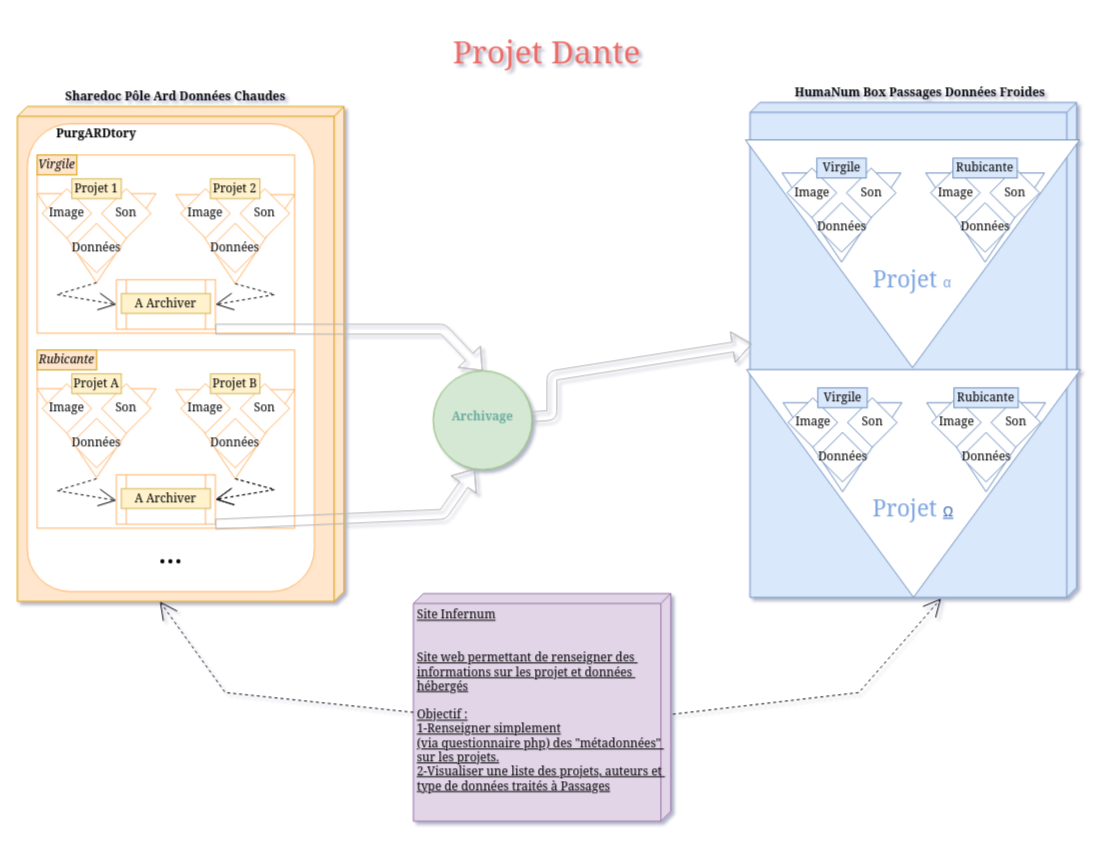
Before: Projet_Dante.drawio in LeCampionG/Projet_Dante, a draw.io diagram. Source tidied: cells renumbered, new cells numbered last; positions are measured from the earlier drawing's top-left corner, leaving out a move shared by most shapes. Both pictures are drawn from the tidied source at 99%, with x=0, y=0 at pixel (17, 17).
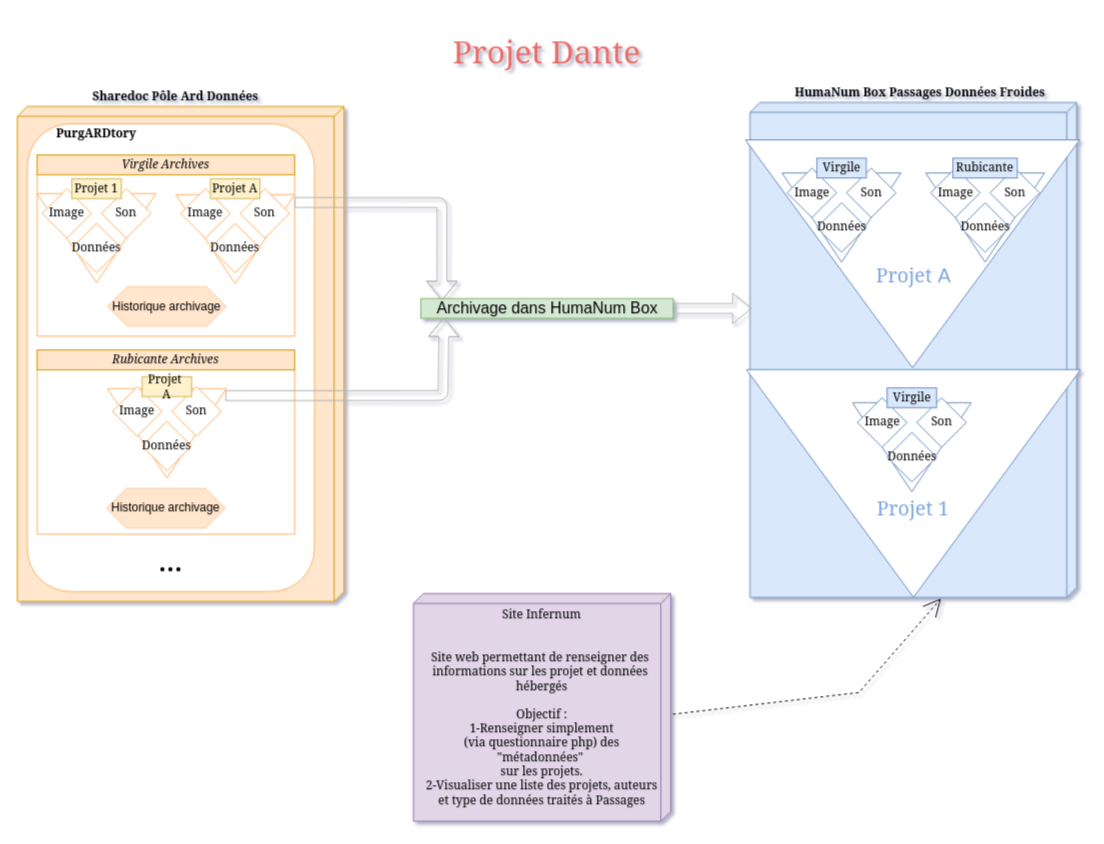
Above is the later version.

Unchanged cells that the change refers to:
```xml
<mxCell id="3" style="verticalAlign=top;align=left;spacingTop=8;spacingLeft=2;spacingRight=12;shape=cube;size=10;direction=south;fontStyle=4;html=1;rounded=0;shadow=0;comic=0;labelBackgroundColor=none;strokeWidth=1;fontFamily=Verdana;fontSize=12;fillColor=#ffe6cc;strokeColor=#d79b00;" parent="1" vertex="1">
  <mxGeometry y="90" width="330" height="500" as="geometry" />
</mxCell>
<mxCell id="4" style="verticalAlign=top;align=left;spacingTop=8;spacingLeft=2;spacingRight=12;shape=cube;size=10;direction=south;fontStyle=4;html=1;rounded=0;shadow=0;comic=0;labelBackgroundColor=none;strokeWidth=1;fontFamily=Verdana;fontSize=12;fillColor=#dae8fc;strokeColor=#6c8ebf;" parent="1" vertex="1">
  <mxGeometry x="740" y="86" width="330" height="500" as="geometry" />
</mxCell>
<mxCell id="16" style="triangle;whiteSpace=wrap;html=1;fontFamily=Georgia;strokeColor=#FFB366;fillColor=#ffffff;gradientColor=#ffffff;rotation=-90;direction=west;" parent="15" vertex="1">
  <mxGeometry x="15" y="-10" width="90" height="120" as="geometry" />
</mxCell>
<mxCell id="22" style="triangle;whiteSpace=wrap;html=1;fontFamily=Georgia;strokeColor=#FFB366;fillColor=#ffffff;gradientColor=#ffffff;rotation=-90;direction=west;" parent="21" vertex="1">
  <mxGeometry x="15" y="-9" width="90" height="120" as="geometry" />
</mxCell>
<mxCell id="33" style="triangle;whiteSpace=wrap;html=1;fontFamily=Georgia;strokeColor=#FFB366;fillColor=#ffffff;gradientColor=#ffffff;rotation=-90;direction=west;" parent="32" vertex="1">
  <mxGeometry x="15" y="-10" width="90" height="120" as="geometry" />
</mxCell>
```

What changed in the source:
```diff
@@
-    <mxCell id="2" style="ellipse;whiteSpace=wrap;html=1;fontFamily=Georgia;fontSize=23;strokeColor=#82b366;fillColor=#d5e8d4;" parent="1" vertex="1">
-      <mxGeometry x="420" y="357" width="100" height="100" as="geometry" />
-    </mxCell>
@@
-    <mxCell id="5" value="Site Infernum&lt;br&gt;&lt;br&gt;&lt;br&gt;Site web permettant de renseigner des&amp;nbsp;&lt;br&gt;informations sur les projet et données&amp;nbsp;&lt;br&gt;hébergés&lt;br&gt;&lt;br&gt;Objectif : &lt;br&gt;1-Renseigner simplement&lt;br&gt;(via questionnaire php) des &quot;métadonnées&quot;&amp;nbsp;&lt;br&gt;sur les projets.&lt;br&gt;2-Visualiser une liste des projets, auteurs et&amp;nbsp;&lt;br&gt;type de données traités à Passages" style="verticalAlign=top;align=left;spacingTop=8;spacingLeft=2;spacingRight=12;shape=cube;size=10;direction=south;fontStyle=4;html=1;rounded=0;shadow=0;comic=0;labelBackgroundColor=none;strokeWidth=1;fontFamily=Georgia;fontSize=12;fillColor=#e1d5e7;strokeColor=#9673a6;" parent="1" vertex="1">
+    <mxCell id="5" style="verticalAlign=top;align=left;spacingTop=8;spacingLeft=2;spacingRight=12;shape=cube;size=10;direction=south;fontStyle=4;html=1;rounded=0;shadow=0;comic=0;labelBackgroundColor=none;strokeWidth=1;fontFamily=Georgia;fontSize=12;fillColor=#e1d5e7;strokeColor=#9673a6;" parent="1" vertex="1">
       <mxGeometry x="400" y="582" width="260" height="230" as="geometry" />
     </mxCell>
-    <mxCell id="6" value="&lt;font color=&quot;#67ab9f&quot;&gt;Archivage&lt;/font&gt;" style="text;html=1;strokeColor=none;fillColor=none;align=center;verticalAlign=middle;whiteSpace=wrap;rounded=0;fontFamily=Georgia;fontStyle=1;" parent="1" vertex="1">
-      <mxGeometry x="430" y="394.2" width="80" height="20" as="geometry" />
-    </mxCell>
@@
-    <mxCell id="8" value="Sharedoc Pôle Ard Données Chaudes" style="text;html=1;strokeColor=none;fillColor=none;align=center;verticalAlign=middle;whiteSpace=wrap;rounded=0;fontFamily=Georgia;fontStyle=1;" parent="1" vertex="1">
+    <mxCell id="8" value="Sharedoc Pôle Ard Données" style="text;html=1;strokeColor=none;fillColor=none;align=center;verticalAlign=middle;whiteSpace=wrap;rounded=0;fontFamily=Georgia;fontStyle=1;" parent="1" vertex="1">
       <mxGeometry y="70" width="320" height="20" as="geometry" />
     </mxCell>
@@
     <mxCell id="11" style="whiteSpace=wrap;html=1;fontFamily=Georgia;strokeColor=#FFB366;fillColor=#ffffff;gradientColor=#ffffff;" parent="1" vertex="1">
-      <mxGeometry x="20" y="139" width="260" height="180" as="geometry" />
+      <mxGeometry x="20" y="139" width="260" height="183" as="geometry" />
     </mxCell>
-    <mxCell id="12" value="Virgile" style="text;html=1;strokeColor=#d79b00;fillColor=#ffe6cc;align=center;verticalAlign=middle;whiteSpace=wrap;rounded=0;fontFamily=Georgia;fontStyle=2;" parent="1" vertex="1">
-      <mxGeometry x="20" y="139" width="40" height="20" as="geometry" />
+    <mxCell id="12" value="Virgile Archives" style="text;html=1;strokeColor=#d79b00;fillColor=#ffe6cc;align=center;verticalAlign=middle;whiteSpace=wrap;rounded=0;fontFamily=Georgia;fontStyle=2;" parent="1" vertex="1">
+      <mxGeometry x="20" y="139" width="260" height="20" as="geometry" />
     </mxCell>
-    <mxCell id="13" style="shape=process;whiteSpace=wrap;html=1;backgroundOutline=1;fontFamily=Georgia;strokeColor=#FFB366;fillColor=#ffffff;gradientColor=#ffffff;" parent="1" vertex="1">
-      <mxGeometry x="100" y="265" width="100" height="50" as="geometry" />
-    </mxCell>
-    <mxCell id="14" value="A Archiver" style="text;html=1;strokeColor=#d6b656;fillColor=#fff2cc;align=center;verticalAlign=middle;whiteSpace=wrap;rounded=0;fontFamily=Georgia;" parent="1" vertex="1">
-      <mxGeometry x="105" y="279" width="90" height="20" as="geometry" />
-    </mxCell>
@@
-    <mxCell id="27" value="Projet 2" style="text;html=1;strokeColor=#d6b656;fillColor=#fff2cc;align=center;verticalAlign=middle;whiteSpace=wrap;rounded=0;fontFamily=Georgia;" parent="1" vertex="1">
+    <mxCell id="27" value="Projet A" style="text;html=1;strokeColor=#d6b656;fillColor=#fff2cc;align=center;verticalAlign=middle;whiteSpace=wrap;rounded=0;fontFamily=Georgia;" parent="1" vertex="1">
       <mxGeometry x="195" y="163" width="50" height="20" as="geometry" />
     </mxCell>
     <mxCell id="28" style="whiteSpace=wrap;html=1;fontFamily=Georgia;strokeColor=#FFB366;fillColor=#ffffff;gradientColor=#ffffff;" parent="1" vertex="1">
-      <mxGeometry x="20" y="336" width="260" height="180" as="geometry" />
+      <mxGeometry x="20" y="336" width="260" height="186" as="geometry" />
     </mxCell>
-    <mxCell id="29" value="Rubicante" style="text;html=1;strokeColor=#d79b00;fillColor=#ffe6cc;align=center;verticalAlign=middle;whiteSpace=wrap;rounded=0;fontFamily=Georgia;fontStyle=2;" parent="1" vertex="1">
-      <mxGeometry x="20" y="336" width="60" height="20" as="geometry" />
+    <mxCell id="29" value="Rubicante Archives" style="text;html=1;strokeColor=#d79b00;fillColor=#ffe6cc;align=center;verticalAlign=middle;whiteSpace=wrap;rounded=0;fontFamily=Georgia;fontStyle=2;" parent="1" vertex="1">
+      <mxGeometry x="20" y="336" width="260" height="20" as="geometry" />
     </mxCell>
-    <mxCell id="30" style="shape=process;whiteSpace=wrap;html=1;backgroundOutline=1;fontFamily=Georgia;strokeColor=#FFB366;fillColor=#ffffff;gradientColor=#ffffff;" parent="1" vertex="1">
-      <mxGeometry x="100" y="462" width="100" height="50" as="geometry" />
-    </mxCell>
-    <mxCell id="31" value="A Archiver" style="text;html=1;strokeColor=#d6b656;fillColor=#fff2cc;align=center;verticalAlign=middle;whiteSpace=wrap;rounded=0;fontFamily=Georgia;" parent="1" vertex="1">
-      <mxGeometry x="105" y="476" width="90" height="20" as="geometry" />
-    </mxCell>
     <mxCell id="32" style="group;" parent="1" vertex="1">
-      <mxGeometry x="20" y="370" width="120" height="95" as="geometry" />
+      <mxGeometry x="91" y="370" width="120" height="95" as="geometry" />
     </mxCell>
@@
     <mxCell id="34" value="Image" style="rhombus;whiteSpace=wrap;html=1;fontFamily=Georgia;strokeColor=#FFB366;fillColor=#ffffff;gradientColor=#ffffff;" parent="32" vertex="1">
-      <mxGeometry x="5" width="50" height="50" as="geometry" />
+      <mxGeometry x="5" y="3" width="50" height="50" as="geometry" />
     </mxCell>
     <mxCell id="35" value="Son" style="rhombus;whiteSpace=wrap;html=1;fontFamily=Georgia;strokeColor=#FFB366;fillColor=#ffffff;gradientColor=#ffffff;" parent="32" vertex="1">
-      <mxGeometry x="65" width="50" height="50" as="geometry" />
+      <mxGeometry x="65" y="3" width="50" height="50" as="geometry" />
     </mxCell>
     <mxCell id="36" value="Données" style="rhombus;whiteSpace=wrap;html=1;fontFamily=Georgia;strokeColor=#FFB366;fillColor=#ffffff;gradientColor=#ffffff;" parent="32" vertex="1">
-      <mxGeometry x="35" y="35" width="50" height="50" as="geometry" />
+      <mxGeometry x="35" y="38" width="50" height="50" as="geometry" />
     </mxCell>
-    <mxCell id="37" style="group;" parent="1" vertex="1">
-      <mxGeometry x="160" y="371" width="120" height="95" as="geometry" />
-    </mxCell>
-    <mxCell id="38" style="triangle;whiteSpace=wrap;html=1;fontFamily=Georgia;strokeColor=#FFB366;fillColor=#ffffff;gradientColor=#ffffff;rotation=-90;direction=west;" parent="37" vertex="1">
-      <mxGeometry x="15" y="-10" width="90" height="120" as="geometry" />
-    </mxCell>
-    <mxCell id="39" value="Image" style="rhombus;whiteSpace=wrap;html=1;fontFamily=Georgia;strokeColor=#FFB366;fillColor=#ffffff;gradientColor=#ffffff;" parent="37" vertex="1">
-      <mxGeometry x="5" y="-1" width="50" height="50" as="geometry" />
-    </mxCell>
-    <mxCell id="40" value="Son" style="rhombus;whiteSpace=wrap;html=1;fontFamily=Georgia;strokeColor=#FFB366;fillColor=#ffffff;gradientColor=#ffffff;" parent="37" vertex="1">
-      <mxGeometry x="65" y="-1" width="50" height="50" as="geometry" />
-    </mxCell>
-    <mxCell id="41" value="Données" style="rhombus;whiteSpace=wrap;html=1;fontFamily=Georgia;strokeColor=#FFB366;fillColor=#ffffff;gradientColor=#ffffff;" parent="37" vertex="1">
-      <mxGeometry x="35" y="34" width="50" height="50" as="geometry" />
-    </mxCell>
-    <mxCell id="42" value="Projet A" style="text;html=1;strokeColor=#d6b656;fillColor=#fff2cc;align=center;verticalAlign=middle;whiteSpace=wrap;rounded=0;fontFamily=Georgia;" parent="1" vertex="1">
-      <mxGeometry x="55" y="360" width="50" height="20" as="geometry" />
+    <mxCell id="42" value="Projet&amp;nbsp; A" style="text;html=1;strokeColor=#d6b656;fillColor=#fff2cc;align=center;verticalAlign=middle;whiteSpace=wrap;rounded=0;fontFamily=Georgia;" parent="1" vertex="1">
+      <mxGeometry x="126" y="363" width="50" height="20" as="geometry" />
     </mxCell>
-    <mxCell id="43" value="Projet B" style="text;html=1;strokeColor=#d6b656;fillColor=#fff2cc;align=center;verticalAlign=middle;whiteSpace=wrap;rounded=0;fontFamily=Georgia;" parent="1" vertex="1">
-      <mxGeometry x="195" y="360" width="50" height="20" as="geometry" />
-    </mxCell>
     <mxCell id="44" value="..." style="text;html=1;strokeColor=none;fillColor=none;align=center;verticalAlign=middle;whiteSpace=wrap;rounded=0;fontFamily=Georgia;fontSize=32;" parent="1" vertex="1">
-      <mxGeometry x="135" y="530" width="40" height="20" as="geometry" />
+      <mxGeometry x="135" y="527" width="40" height="42" as="geometry" />
     </mxCell>
-    <mxCell id="45" style="edgeStyle=none;rounded=0;html=1;dashed=1;labelBackgroundColor=none;startArrow=none;startFill=0;startSize=8;endArrow=open;endFill=0;endSize=16;fontFamily=Verdana;fontSize=12;exitX=1;exitY=0.5;exitDx=0;exitDy=0;entryX=0;entryY=0.5;entryDx=0;entryDy=0;" parent="1" edge="1" source="16" target="13">
-      <mxGeometry relative="1" as="geometry">
-        <Array as="points">
-          <mxPoint x="40" y="280" />
-        </Array>
-      </mxGeometry>
-    </mxCell>
-    <mxCell id="46" style="edgeStyle=none;rounded=0;html=1;dashed=1;labelBackgroundColor=none;startArrow=none;startFill=0;startSize=8;endArrow=open;endFill=0;endSize=16;fontFamily=Verdana;fontSize=12;exitX=1;exitY=0.5;exitDx=0;exitDy=0;entryX=1;entryY=0.5;entryDx=0;entryDy=0;" parent="1" edge="1" source="22" target="13">
-      <mxGeometry relative="1" as="geometry">
-        <Array as="points">
-          <mxPoint x="260" y="280" />
-        </Array>
-      </mxGeometry>
-    </mxCell>
-    <mxCell id="47" style="edgeStyle=none;rounded=0;html=1;dashed=1;labelBackgroundColor=none;startArrow=none;startFill=0;startSize=8;endArrow=open;endFill=0;endSize=16;fontFamily=Verdana;fontSize=12;exitX=1;exitY=0.5;exitDx=0;exitDy=0;entryX=1;entryY=0.5;entryDx=0;entryDy=0;" parent="1" edge="1">
-      <mxGeometry relative="1" as="geometry">
-        <mxPoint x="220" y="466" as="sourcePoint" />
-        <mxPoint x="200" y="487" as="targetPoint" />
-        <Array as="points">
-          <mxPoint x="260" y="477" />
-        </Array>
-      </mxGeometry>
-    </mxCell>
-    <mxCell id="48" style="edgeStyle=none;rounded=0;html=1;dashed=1;labelBackgroundColor=none;startArrow=none;startFill=0;startSize=8;endArrow=open;endFill=0;endSize=16;fontFamily=Verdana;fontSize=12;exitX=1;exitY=0.5;exitDx=0;exitDy=0;entryX=0;entryY=0.5;entryDx=0;entryDy=0;" parent="1" edge="1">
-      <mxGeometry relative="1" as="geometry">
-        <mxPoint x="80" y="466" as="sourcePoint" />
-        <mxPoint x="100" y="488" as="targetPoint" />
-        <Array as="points">
-          <mxPoint x="40" y="478" />
-        </Array>
-      </mxGeometry>
-    </mxCell>
-    <mxCell id="49" style="shape=flexArrow;endArrow=classic;html=1;fontFamily=Georgia;fontSize=32;entryX=0.488;entryY=0.994;entryDx=0;entryDy=0;entryPerimeter=0;startArrow=none;strokeColor=#B3B3B3;" parent="1" edge="1" source="2" target="4">
-      <mxGeometry relative="1" as="geometry">
-        <Array as="points">
-          <mxPoint x="540" y="402" />
-          <mxPoint x="540" y="362" />
-        </Array>
-      </mxGeometry>
+    <mxCell id="49" style="shape=flexArrow;endArrow=classic;html=1;fontFamily=Georgia;fontSize=32;startArrow=none;strokeColor=#B3B3B3;exitX=1;exitY=0.5;exitDx=0;exitDy=0;entryX=0.416;entryY=0.994;entryDx=0;entryDy=0;entryPerimeter=0;" parent="1" edge="1" source="83" target="4">
+      <mxGeometry relative="1" as="geometry" />
     </mxCell>
-    <mxCell id="50" style="shape=flexArrow;endArrow=classic;html=1;fontFamily=Georgia;fontSize=32;exitX=1;exitY=1;exitDx=0;exitDy=0;entryX=0.42;entryY=0.99;entryDx=0;entryDy=0;entryPerimeter=0;strokeColor=#B3B3B3;" parent="1" edge="1" source="30" target="2">
-      <mxGeometry relative="1" as="geometry">
-        <Array as="points">
-          <mxPoint x="430" y="502" />
-        </Array>
-      </mxGeometry>
-    </mxCell>
-    <mxCell id="51" style="shape=flexArrow;endArrow=classic;html=1;fontFamily=Georgia;fontSize=32;exitX=1;exitY=1;exitDx=0;exitDy=0;entryX=0.5;entryY=0;entryDx=0;entryDy=0;strokeColor=#B3B3B3;" parent="1" edge="1" source="13" target="2">
-      <mxGeometry relative="1" as="geometry">
-        <Array as="points">
-          <mxPoint x="430" y="315" />
-        </Array>
-      </mxGeometry>
-    </mxCell>
@@
-    <mxCell id="64" value="&lt;font color=&quot;#7ea6e0&quot;&gt;Projet&amp;nbsp;&lt;span style=&quot;font-family: &amp;#34;helvetica&amp;#34; , sans-serif ; font-size: 14px ; background-color: rgb(255 , 255 , 255)&quot;&gt;α&lt;/span&gt;&lt;/font&gt;" style="text;html=1;strokeColor=none;fillColor=none;align=center;verticalAlign=middle;whiteSpace=wrap;rounded=0;fontFamily=Georgia;fontSize=23;fontColor=#EA6B66;" parent="1" vertex="1">
-      <mxGeometry x="839.2" y="253.8" width="130" height="20" as="geometry" />
+    <mxCell id="64" value="&lt;font color=&quot;#7ea6e0&quot; style=&quot;font-size: 20px&quot;&gt;Projet&lt;font face=&quot;helvetica, sans-serif&quot; style=&quot;font-size: 20px&quot;&gt;&lt;span style=&quot;background-color: rgb(255 , 255 , 255) ; font-size: 20px&quot;&gt;&amp;nbsp;A&lt;/span&gt;&lt;/font&gt;&lt;/font&gt;" style="text;html=1;strokeColor=none;fillColor=none;align=center;verticalAlign=middle;whiteSpace=wrap;rounded=0;fontFamily=Georgia;fontSize=20;fontColor=#EA6B66;" parent="1" vertex="1">
+      <mxGeometry x="844.9" y="250.8" width="120.8" height="18.2" as="geometry" />
     </mxCell>
@@
     <mxCell id="66" style="triangle;whiteSpace=wrap;html=1;fontFamily=Georgia;strokeColor=#6c8ebf;rotation=-90;direction=west;" parent="1" vertex="1">
-      <mxGeometry x="788.5" y="374.2" width="90" height="120" as="geometry" />
+      <mxGeometry x="858.5" y="374.2" width="90" height="120" as="geometry" />
     </mxCell>
     <mxCell id="67" value="Image" style="rhombus;whiteSpace=wrap;html=1;fontFamily=Georgia;strokeColor=#6c8ebf;" parent="1" vertex="1">
-      <mxGeometry x="778.5" y="384.2" width="50" height="50" as="geometry" />
+      <mxGeometry x="848.5" y="384.2" width="50" height="50" as="geometry" />
     </mxCell>
     <mxCell id="68" value="Son" style="rhombus;whiteSpace=wrap;html=1;fontFamily=Georgia;strokeColor=#6c8ebf;" parent="1" vertex="1">
-      <mxGeometry x="838.5" y="384.2" width="50" height="50" as="geometry" />
+      <mxGeometry x="908.5" y="384.2" width="50" height="50" as="geometry" />
     </mxCell>
     <mxCell id="69" value="Données" style="rhombus;whiteSpace=wrap;html=1;fontFamily=Georgia;strokeColor=#6c8ebf;" parent="1" vertex="1">
-      <mxGeometry x="808.5" y="419.2" width="50" height="50" as="geometry" />
+      <mxGeometry x="878.5" y="419.2" width="50" height="50" as="geometry" />
     </mxCell>
     <mxCell id="70" value="Virgile" style="text;html=1;strokeColor=#6c8ebf;align=center;verticalAlign=middle;whiteSpace=wrap;rounded=0;fontFamily=Georgia;fillColor=#dae8fc;" parent="1" vertex="1">
-      <mxGeometry x="808.5" y="374.2" width="50" height="20" as="geometry" />
+      <mxGeometry x="878.5" y="374.2" width="50" height="20" as="geometry" />
     </mxCell>
-    <mxCell id="71" style="triangle;whiteSpace=wrap;html=1;fontFamily=Georgia;strokeColor=#6c8ebf;rotation=-90;direction=west;" parent="1" vertex="1">
-      <mxGeometry x="933.5" y="374.2" width="90" height="120" as="geometry" />
-    </mxCell>
-    <mxCell id="72" value="Image" style="rhombus;whiteSpace=wrap;html=1;fontFamily=Georgia;strokeColor=#6c8ebf;" parent="1" vertex="1">
-      <mxGeometry x="923.5" y="384.2" width="50" height="50" as="geometry" />
-    </mxCell>
-    <mxCell id="73" value="Son" style="rhombus;whiteSpace=wrap;html=1;fontFamily=Georgia;strokeColor=#6c8ebf;" parent="1" vertex="1">
-      <mxGeometry x="983.5" y="384.2" width="50" height="50" as="geometry" />
-    </mxCell>
-    <mxCell id="74" value="Données" style="rhombus;whiteSpace=wrap;html=1;fontFamily=Georgia;strokeColor=#6c8ebf;" parent="1" vertex="1">
-      <mxGeometry x="953.5" y="419.2" width="50" height="50" as="geometry" />
-    </mxCell>
-    <mxCell id="75" value="Rubicante" style="text;html=1;strokeColor=#6c8ebf;align=center;verticalAlign=middle;whiteSpace=wrap;rounded=0;fontFamily=Georgia;fillColor=#dae8fc;" parent="1" vertex="1">
-      <mxGeometry x="946" y="374.2" width="65" height="20" as="geometry" />
-    </mxCell>
-    <mxCell id="76" value="&lt;font color=&quot;#7ea6e0&quot;&gt;Projet&amp;nbsp;&lt;/font&gt;&lt;a href=&quot;https://fr.wikipedia.org/wiki/%CE%A9&quot; class=&quot;extiw&quot; title=&quot;w:Ω&quot; style=&quot;color: rgb(51 , 102 , 187) ; background: none rgb(255 , 255 , 255) ; font-family: sans-serif ; font-size: 14px ; text-align: left&quot;&gt;&lt;span lang=&quot;fr&quot; class=&quot;lang-fr&quot;&gt;Ω&lt;/span&gt;&lt;/a&gt;" style="text;html=1;strokeColor=none;fillColor=none;align=center;verticalAlign=middle;whiteSpace=wrap;rounded=0;fontFamily=Georgia;fontSize=23;fontColor=#EA6B66;" parent="1" vertex="1">
+    <mxCell id="76" value="&lt;font color=&quot;#7ea6e0&quot; style=&quot;font-size: 20px&quot;&gt;Projet 1&lt;/font&gt;" style="text;html=1;strokeColor=none;fillColor=none;align=center;verticalAlign=middle;whiteSpace=wrap;rounded=0;fontFamily=Georgia;fontSize=20;fontColor=#EA6B66;" parent="1" vertex="1">
       <mxGeometry x="840.2" y="485.8" width="130" height="20" as="geometry" />
     </mxCell>
-    <mxCell id="77" style="edgeStyle=none;rounded=0;html=1;dashed=1;labelBackgroundColor=none;startArrow=none;startFill=0;startSize=8;endArrow=open;endFill=0;endSize=16;fontFamily=Verdana;fontSize=12;exitX=1;exitY=0.5;exitDx=0;exitDy=0;entryX=1;entryY=0.5;entryDx=0;entryDy=0;" parent="1" edge="1">
-      <mxGeometry relative="1" as="geometry">
-        <mxPoint x="220" y="466" as="sourcePoint" />
-        <mxPoint x="200" y="487" as="targetPoint" />
-        <Array as="points">
-          <mxPoint x="260" y="477" />
-        </Array>
-      </mxGeometry>
-    </mxCell>
@@
-    <mxCell id="79" style="edgeStyle=none;rounded=0;html=1;dashed=1;labelBackgroundColor=none;startArrow=none;startFill=0;startSize=8;endArrow=open;endFill=0;endSize=16;fontFamily=Verdana;fontSize=12;exitX=0;exitY=0;exitDx=120;exitDy=260;exitPerimeter=0;entryX=1;entryY=0.564;entryDx=0;entryDy=0;entryPerimeter=0;" parent="1" edge="1" source="5" target="3">
-      <mxGeometry relative="1" as="geometry">
-        <Array as="points">
-          <mxPoint x="210" y="682" />
-        </Array>
-      </mxGeometry>
-    </mxCell>
+    <mxCell id="80" value="&lt;span style=&quot;text-align: left&quot;&gt;Site Infernum&lt;/span&gt;&lt;br style=&quot;text-align: left&quot;&gt;&lt;br style=&quot;text-align: left&quot;&gt;&lt;br style=&quot;text-align: left&quot;&gt;&lt;span style=&quot;text-align: left&quot;&gt;Site web permettant de renseigner des&amp;nbsp;&lt;/span&gt;&lt;br style=&quot;text-align: left&quot;&gt;&lt;span style=&quot;text-align: left&quot;&gt;informations sur les projet et données&amp;nbsp;&lt;/span&gt;&lt;br style=&quot;text-align: left&quot;&gt;&lt;span style=&quot;text-align: left&quot;&gt;hébergés&lt;/span&gt;&lt;br style=&quot;text-align: left&quot;&gt;&lt;br style=&quot;text-align: left&quot;&gt;&lt;span style=&quot;text-align: left&quot;&gt;Objectif :&lt;/span&gt;&lt;br style=&quot;text-align: left&quot;&gt;&lt;span style=&quot;text-align: left&quot;&gt;1-Renseigner simplement&lt;/span&gt;&lt;br style=&quot;text-align: left&quot;&gt;&lt;span style=&quot;text-align: left&quot;&gt;(via questionnaire php) des &quot;métadonnées&quot;&amp;nbsp;&lt;/span&gt;&lt;br style=&quot;text-align: left&quot;&gt;&lt;span style=&quot;text-align: left&quot;&gt;sur les projets.&lt;/span&gt;&lt;br style=&quot;text-align: left&quot;&gt;&lt;span style=&quot;text-align: left&quot;&gt;2-Visualiser une liste des projets, auteurs et&amp;nbsp;&lt;/span&gt;&lt;span style=&quot;text-align: left&quot;&gt;type de données traités à Passages&lt;/span&gt;" style="text;html=1;strokeColor=none;fillColor=none;align=center;verticalAlign=middle;whiteSpace=wrap;rounded=0;fontFamily=Georgia;fontSize=12;" parent="1" vertex="1">
+      <mxGeometry x="410" y="597" width="240" height="200" as="geometry" />
+    </mxCell>
+    <mxCell id="81" value="Historique archivage" style="shape=hexagon;perimeter=hexagonPerimeter2;whiteSpace=wrap;html=1;fixedSize=1;fontSize=12;fillColor=#ffe6cc;strokeColor=#FFCE9F;" parent="1" vertex="1">
+      <mxGeometry x="91" y="272" width="120" height="40" as="geometry" />
+    </mxCell>
+    <mxCell id="82" value="Historique archivage" style="shape=hexagon;perimeter=hexagonPerimeter2;whiteSpace=wrap;html=1;fixedSize=1;fontSize=12;fillColor=#ffe6cc;strokeColor=#FFCE9F;" parent="1" vertex="1">
+      <mxGeometry x="90" y="475.8" width="120" height="40" as="geometry" />
+    </mxCell>
+    <mxCell id="83" value="Archivage dans HumaNum Box" style="text;html=1;strokeColor=#82b366;fillColor=#d5e8d4;align=center;verticalAlign=middle;whiteSpace=wrap;rounded=0;fontSize=16;" parent="1" vertex="1">
+      <mxGeometry x="407.5" y="284" width="255" height="20" as="geometry" />
+    </mxCell>
+    <mxCell id="84" style="shape=flexArrow;endArrow=classic;html=1;fontSize=12;exitX=0.078;exitY=0.008;exitDx=0;exitDy=0;exitPerimeter=0;entryX=0.092;entryY=0.95;entryDx=0;entryDy=0;entryPerimeter=0;fontColor=#B3B3B3;strokeColor=#B3B3B3;" parent="1" edge="1" source="33" target="83">
+      <mxGeometry relative="1" as="geometry">
+        <Array as="points">
+          <mxPoint x="430" y="382" />
+        </Array>
+      </mxGeometry>
+    </mxCell>
+    <mxCell id="85" style="shape=flexArrow;endArrow=classic;html=1;fontSize=12;exitX=0.089;exitY=0;exitDx=0;exitDy=0;exitPerimeter=0;entryX=0.084;entryY=0.1;entryDx=0;entryDy=0;entryPerimeter=0;fontColor=#B3B3B3;strokeColor=#B3B3B3;" parent="1" edge="1" source="22" target="83">
+      <mxGeometry relative="1" as="geometry">
+        <Array as="points">
+          <mxPoint x="429" y="187" />
+        </Array>
+      </mxGeometry>
+    </mxCell>
```
